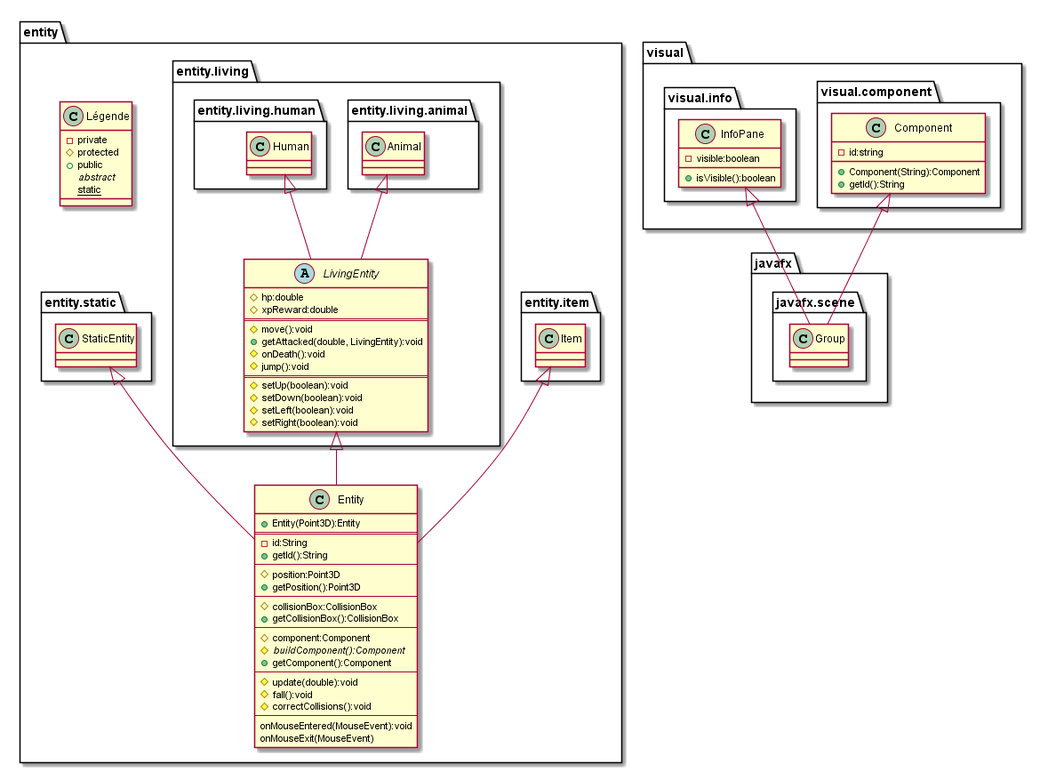
This is uml/final/entity/entity.png from the-zucc/coureur-de-bois, a PlantUML export, as it was before one commit. Its diagram source:
```plantuml
@startuml entity
package entity{
    class Légende{
        - private
        # protected
        + public
        {abstract} abstract
        {static} static
    }
    class Entity{
        + Entity(Point3D):Entity
        ==
        - id:String
        + getId():String
        --
        # position:Point3D
        + getPosition():Point3D
        --
        # collisionBox:CollisionBox
        + getCollisionBox():CollisionBox
        --
        # component:Component
        # {abstract} buildComponent():Component
        + getComponent():Component
        --
        # update(double):void
        # fall():void
        # correctCollisions():void
        --
        onMouseEntered(MouseEvent):void
        onMouseExit(MouseEvent)
    }

    package entity.item{
        class Item
        Item <|-- Entity
    }
    package entity.living{
        abstract class LivingEntity{
            # hp:double
            # xpReward:double
            ==
            # move():void
            + getAttacked(double, LivingEntity):void
            # onDeath():void
            # jump():void
            ==
            # setUp(boolean):void
            # setDown(boolean):void
            # setLeft(boolean):void
            # setRight(boolean):void
        }
        LivingEntity <|-- Entity
        package entity.living.animal{
            class Animal
            Animal <|-- LivingEntity
        }
        package entity.living.human{
            class Human
            Human <|-- LivingEntity
        }
    }
    package entity.static{
        class StaticEntity
        StaticEntity <|-- Entity
    }
}
package javafx{
    package javafx.scene{
        class Group
    }
}
package visual{
    package visual.component{
        class Component{
            - id:string
            + Component(String):Component
            + getId():String
        }
        Component <|-- Group
    }
    package visual.info{
        class InfoPane{
            - visible:boolean
            + isVisible():boolean

        }
        InfoPane <|-- Group
    }
}
@enduml
```
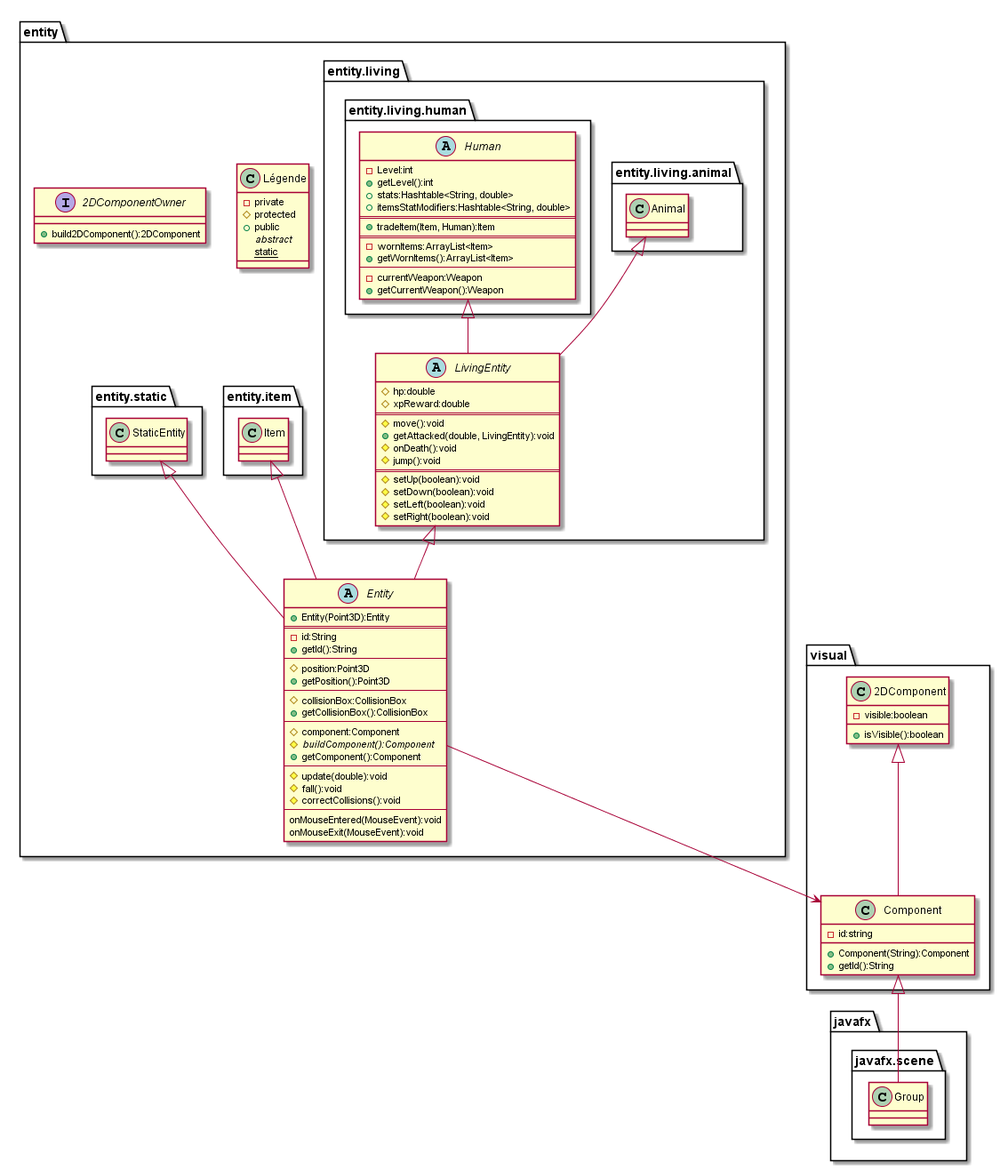
After the change.

Diff of the diagram source:
```diff
@@ -7,7 +7,7 @@
         {abstract} abstract
         {static} static
     }
-    class Entity{
+    abstract class Entity{
         + Entity(Point3D):Entity
         ==
         - id:String
@@ -28,9 +28,11 @@
         # correctCollisions():void
         --
         onMouseEntered(MouseEvent):void
-        onMouseExit(MouseEvent)
+        onMouseExit(MouseEvent):void
     }
-
+    interface 2DComponentOwner{
+        + build2DComponent():2DComponent
+    }
     package entity.item{
         class Item
         Item <|-- Entity
@@ -56,7 +58,20 @@
             Animal <|-- LivingEntity
         }
         package entity.living.human{
-            class Human
+            abstract class Human{
+                - Level:int
+                + getLevel():int
+                + stats:Hashtable<String, double>
+                + itemsStatModifiers:Hashtable<String, double>
+                ==
+                + tradeItem(Item, Human):Item
+                ==
+                - wornItems:ArrayList<Item>
+                + getWornItems():ArrayList<Item>
+                --
+                - currentWeapon:Weapon
+                + getCurrentWeapon():Weapon
+            }
             Human <|-- LivingEntity
         }
     }
@@ -71,21 +86,19 @@
     }
 }
 package visual{
-    package visual.component{
-        class Component{
-            - id:string
-            + Component(String):Component
-            + getId():String
-        }
-        Component <|-- Group
+    class Component{
+        - id:string
+        + Component(String):Component
+        + getId():String
     }
-    package visual.info{
-        class InfoPane{
-            - visible:boolean
-            + isVisible():boolean
+    Component <|-- Group
+    Entity --> Component
 
-        }
-        InfoPane <|-- Group
+    class 2DComponent{
+        - visible:boolean
+        + isVisible():boolean
+
     }
+    2DComponent <|-- Component
 }
 @enduml
```
